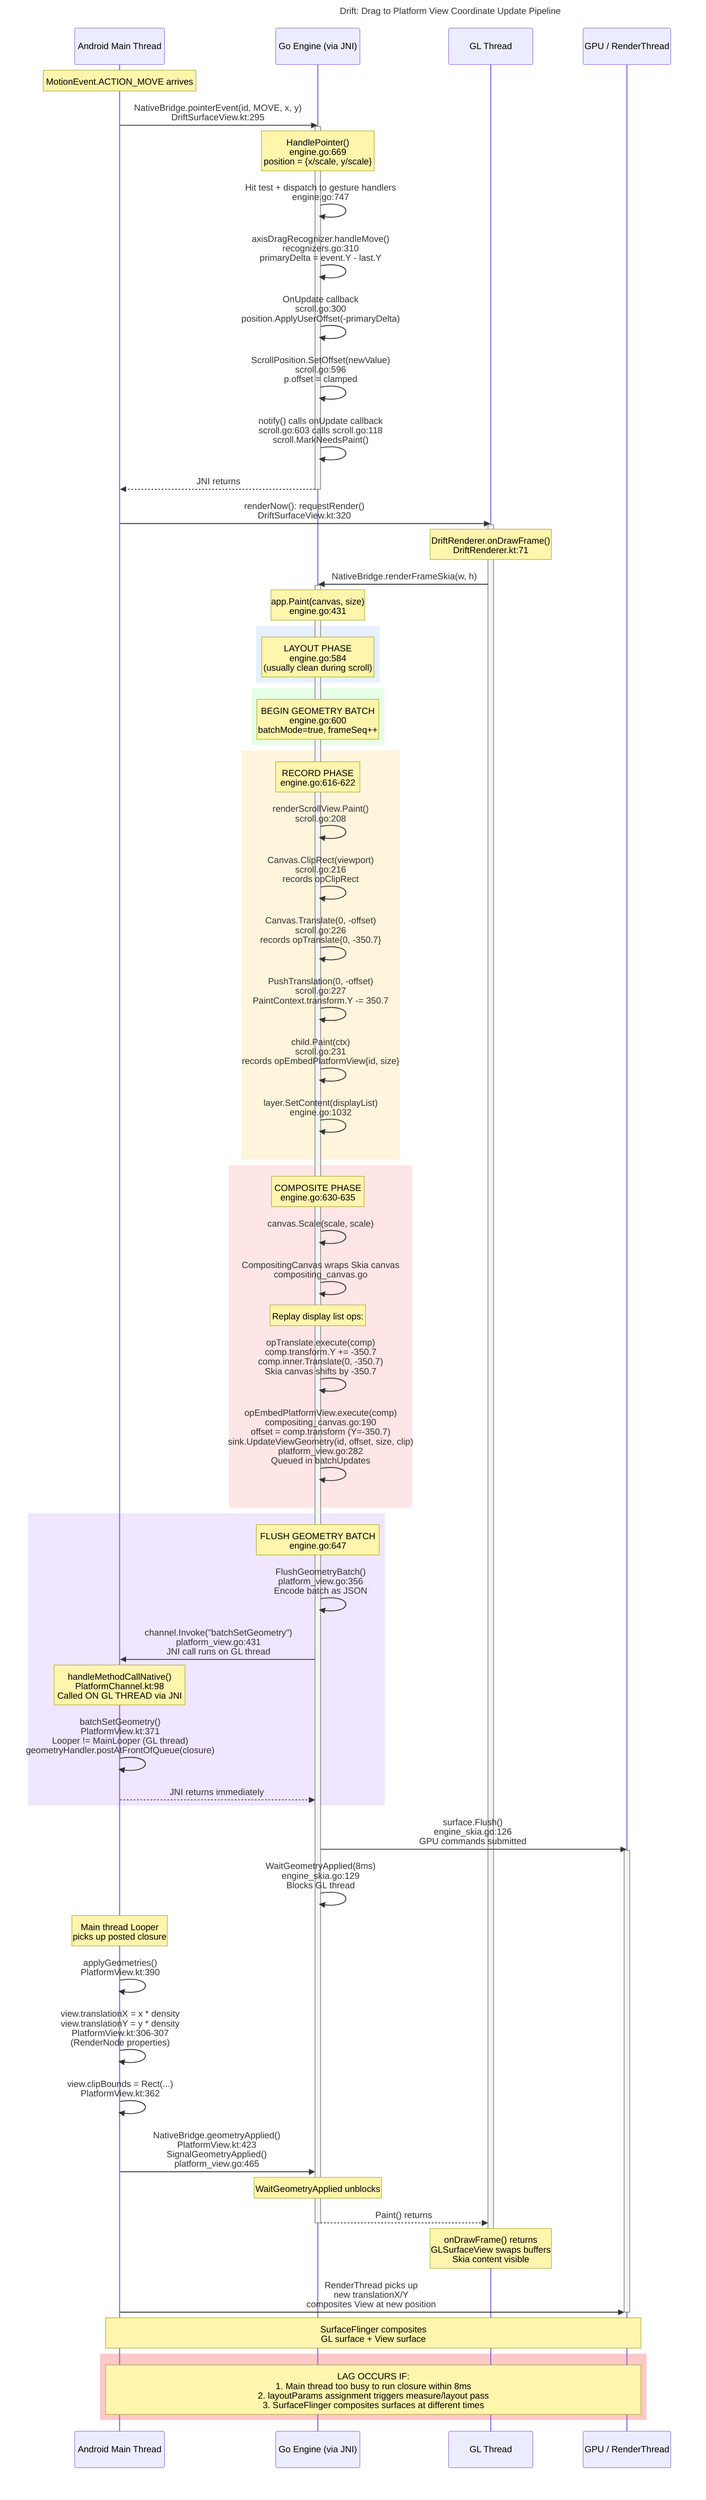
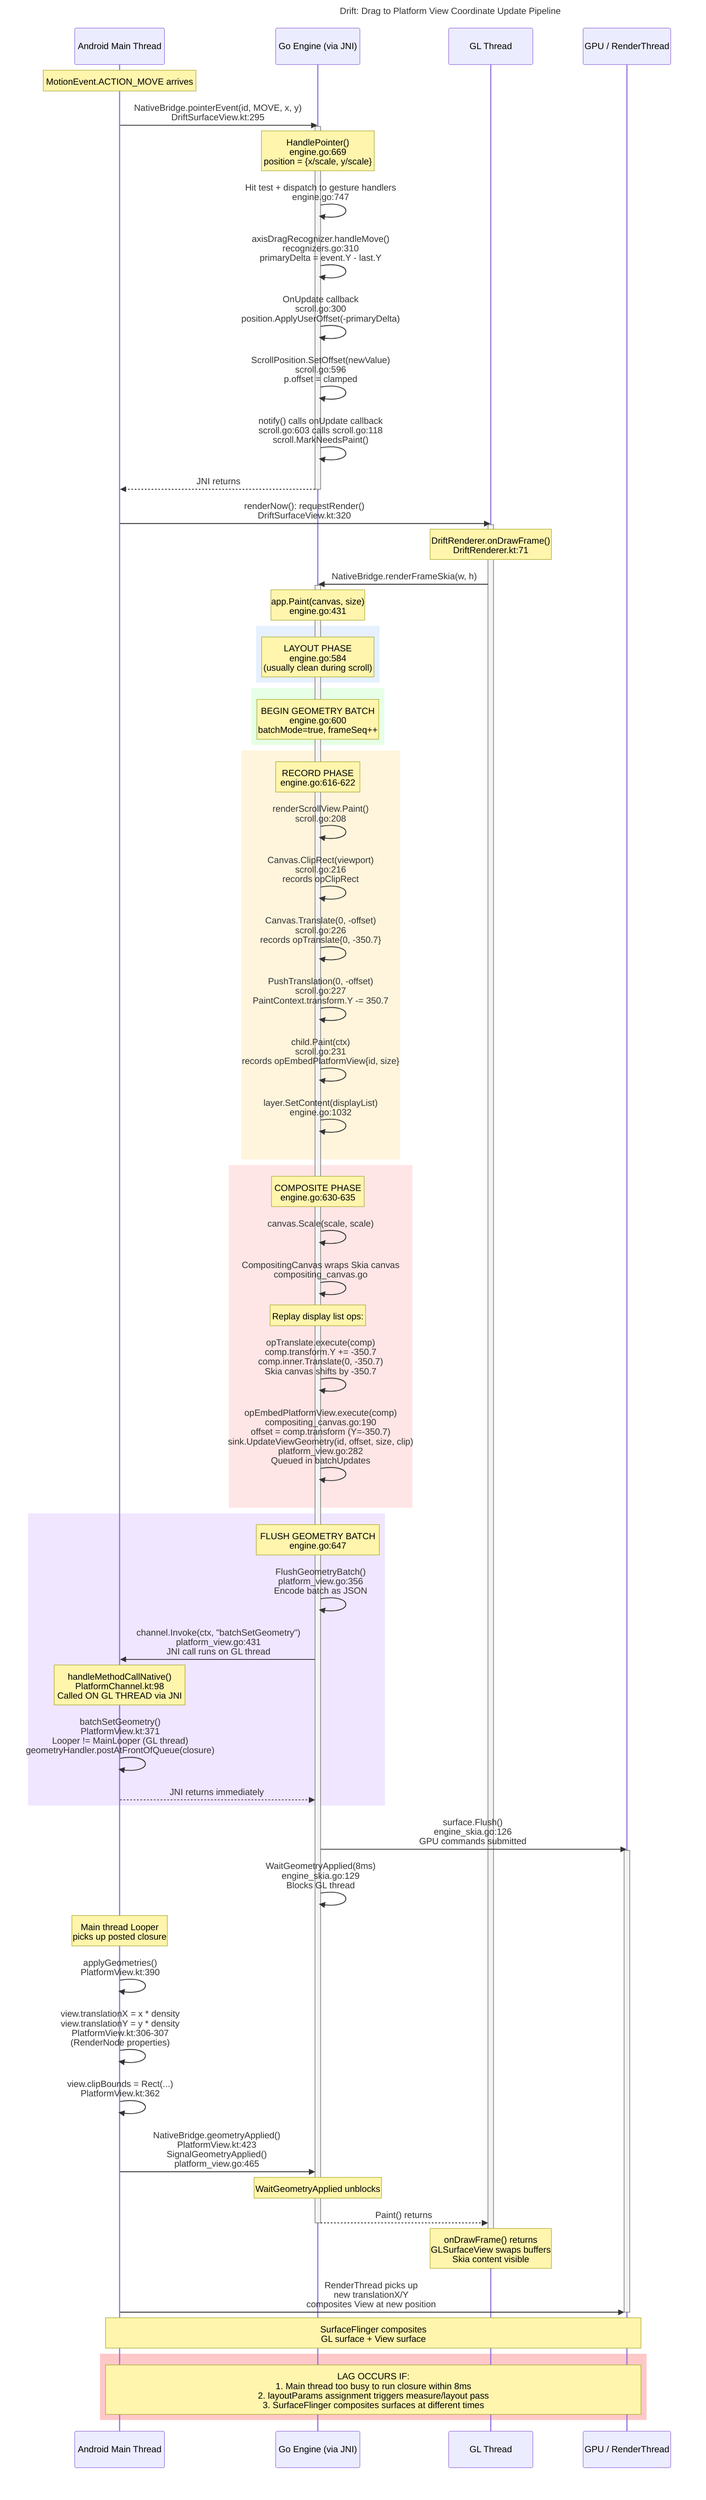
---
title: "Drift: Drag to Platform View Coordinate Update Pipeline"
---

sequenceDiagram
    participant MT as Android Main Thread
    participant Go as Go Engine (via JNI)
    participant GL as GL Thread
    participant GPU as GPU / RenderThread

    Note over MT: MotionEvent.ACTION_MOVE arrives

    MT->>Go: NativeBridge.pointerEvent(id, MOVE, x, y)<br/>DriftSurfaceView.kt:295
    activate Go

    Note over Go: HandlePointer()<br/>engine.go:669<br/>position = {x/scale, y/scale}

    Go->>Go: Hit test + dispatch to gesture handlers<br/>engine.go:747
    Go->>Go: axisDragRecognizer.handleMove()<br/>recognizers.go:310<br/>primaryDelta = event.Y - last.Y
    Go->>Go: OnUpdate callback<br/>scroll.go:300<br/>position.ApplyUserOffset(-primaryDelta)
    Go->>Go: ScrollPosition.SetOffset(newValue)<br/>scroll.go:596<br/>p.offset = clamped
    Go->>Go: notify() calls onUpdate callback<br/>scroll.go:603 calls scroll.go:118<br/>scroll.MarkNeedsPaint()

    Go-->>MT: JNI returns
    deactivate Go

    MT->>GL: renderNow(): requestRender()<br/>DriftSurfaceView.kt:320

    activate GL
    Note over GL: DriftRenderer.onDrawFrame()<br/>DriftRenderer.kt:71

    GL->>Go: NativeBridge.renderFrameSkia(w, h)
    activate Go

    Note over Go: app.Paint(canvas, size)<br/>engine.go:431

    rect rgb(230, 240, 255)
        Note over Go: LAYOUT PHASE<br/>engine.go:584<br/>(usually clean during scroll)
    end

    rect rgb(230, 255, 230)
        Note over Go: BEGIN GEOMETRY BATCH<br/>engine.go:600<br/>batchMode=true, frameSeq++
    end

    rect rgb(255, 245, 220)
        Note over Go: RECORD PHASE<br/>engine.go:616-622

        Go->>Go: renderScrollView.Paint()<br/>scroll.go:208
        Go->>Go: Canvas.ClipRect(viewport)<br/>scroll.go:216<br/>records opClipRect
        Go->>Go: Canvas.Translate(0, -offset)<br/>scroll.go:226<br/>records opTranslate{0, -350.7}
        Go->>Go: PushTranslation(0, -offset)<br/>scroll.go:227<br/>PaintContext.transform.Y -= 350.7
        Go->>Go: child.Paint(ctx)<br/>scroll.go:231<br/>records opEmbedPlatformView{id, size}
        Go->>Go: layer.SetContent(displayList)<br/>engine.go:1032
    end

    rect rgb(255, 230, 230)
        Note over Go: COMPOSITE PHASE<br/>engine.go:630-635

        Go->>Go: canvas.Scale(scale, scale)
        Go->>Go: CompositingCanvas wraps Skia canvas<br/>compositing_canvas.go

        Note over Go: Replay display list ops:

        Go->>Go: opTranslate.execute(comp)<br/>comp.transform.Y += -350.7<br/>comp.inner.Translate(0, -350.7)<br/>Skia canvas shifts by -350.7

        Go->>Go: opEmbedPlatformView.execute(comp)<br/>compositing_canvas.go:190<br/>offset = comp.transform (Y=-350.7)<br/>sink.UpdateViewGeometry(id, offset, size, clip)<br/>platform_view.go:282<br/>Queued in batchUpdates
    end

    rect rgb(240, 230, 255)
        Note over Go: FLUSH GEOMETRY BATCH<br/>engine.go:647

        Go->>Go: FlushGeometryBatch()<br/>platform_view.go:356<br/>Encode batch as JSON

-         Go->>MT: channel.Invoke("batchSetGeometry")<br/>platform_view.go:431<br/>JNI call runs on GL thread
+         Go->>MT: channel.Invoke(ctx, "batchSetGeometry")<br/>platform_view.go:431<br/>JNI call runs on GL thread
        Note over MT: handleMethodCallNative()<br/>PlatformChannel.kt:98<br/>Called ON GL THREAD via JNI

        MT->>MT: batchSetGeometry()<br/>PlatformView.kt:371<br/>Looper != MainLooper (GL thread)<br/>geometryHandler.postAtFrontOfQueue(closure)
        MT-->>Go: JNI returns immediately
    end

    Go->>GPU: surface.Flush()<br/>engine_skia.go:126<br/>GPU commands submitted
    activate GPU

    Go->>Go: WaitGeometryApplied(8ms)<br/>engine_skia.go:129<br/>Blocks GL thread

    Note over MT: Main thread Looper<br/>picks up posted closure

    MT->>MT: applyGeometries()<br/>PlatformView.kt:390
    MT->>MT: view.translationX = x * density<br/>view.translationY = y * density<br/>PlatformView.kt:306-307<br/>(RenderNode properties)
    MT->>MT: view.clipBounds = Rect(...)<br/>PlatformView.kt:362

    MT->>Go: NativeBridge.geometryApplied()<br/>PlatformView.kt:423<br/>SignalGeometryApplied()<br/>platform_view.go:465
    Note over Go: WaitGeometryApplied unblocks

    Go-->>GL: Paint() returns
    deactivate Go

    Note over GL: onDrawFrame() returns<br/>GLSurfaceView swaps buffers<br/>Skia content visible

    deactivate GL

    MT->>GPU: RenderThread picks up<br/>new translationX/Y<br/>composites View at new position
    deactivate GPU

    Note over MT,GPU: SurfaceFlinger composites<br/>GL surface + View surface

    rect rgb(255, 200, 200)
        Note over MT,GPU: LAG OCCURS IF:<br/>1. Main thread too busy to run closure within 8ms<br/>2. layoutParams assignment triggers measure/layout pass<br/>3. SurfaceFlinger composites surfaces at different times
    end
